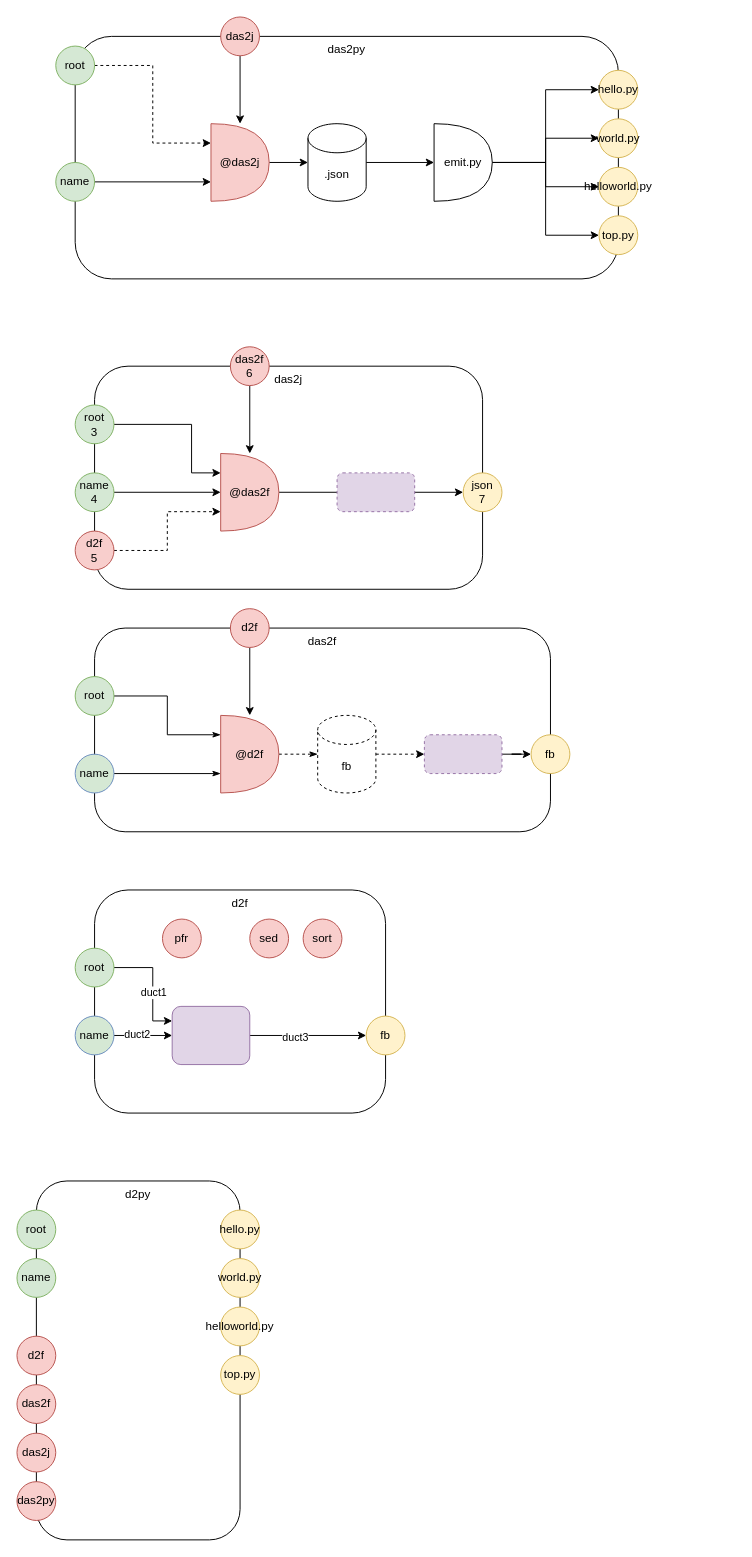
Earlier version of the draw.io diagram components.drawio (guitarvydas/d2py). Source tidied: cells renumbered, new cells numbered last; positions are measured from the earlier drawing's top-left corner, leaving out a move shared by most shapes. Both pictures are drawn from the tidied source at 97%, with x=0, y=0 at pixel (16, 16).
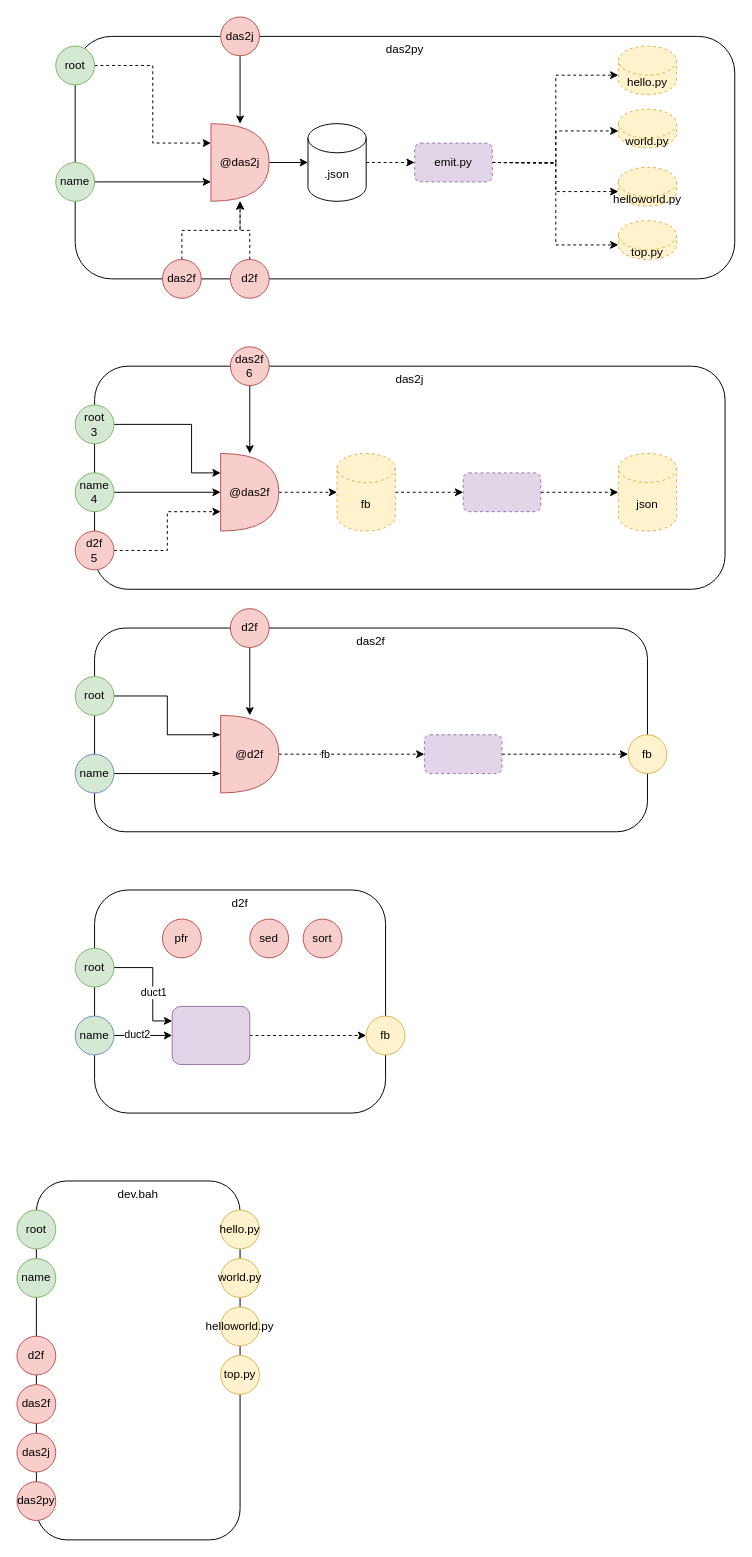
After the change.

Unchanged cells that the change refers to:
```xml
<mxCell id="8" value="&lt;span style=&quot;font-weight: normal&quot;&gt;.json&lt;/span&gt;" style="shape=cylinder3;whiteSpace=wrap;html=1;boundedLbl=1;backgroundOutline=1;size=15;fontStyle=1;" parent="1" vertex="1">
  <mxGeometry x="300" y="110" width="60" height="80" as="geometry" />
</mxCell>
<mxCell id="10" value="@das2j" style="shape=or;whiteSpace=wrap;html=1;fillColor=#f8cecc;strokeColor=#b85450;" parent="1" vertex="1">
  <mxGeometry x="200" y="110" width="60" height="80" as="geometry" />
</mxCell>
<mxCell id="26" value="@das2f" style="shape=or;whiteSpace=wrap;html=1;fillColor=#f8cecc;strokeColor=#b85450;" parent="1" vertex="1">
  <mxGeometry x="210" y="450" width="60" height="80" as="geometry" />
</mxCell>
<mxCell id="32" value="@d2f" style="shape=or;whiteSpace=wrap;html=1;fillColor=#f8cecc;strokeColor=#b85450;" parent="1" vertex="1">
  <mxGeometry x="210" y="720" width="60" height="80" as="geometry" />
</mxCell>
<mxCell id="34" style="rounded=1;whiteSpace=wrap;html=1;fillColor=#e1d5e7;strokeColor=#9673a6;dashed=1;" parent="1" vertex="1">
  <mxGeometry x="420" y="740" width="80" height="40" as="geometry" />
</mxCell>
<mxCell id="39" style="rounded=1;whiteSpace=wrap;html=1;fillColor=#e1d5e7;strokeColor=#9673a6;" parent="1" vertex="1">
  <mxGeometry x="160" y="1020" width="80" height="60" as="geometry" />
</mxCell>
```

The edit, as a diff of the source:
```diff
@@
-    <mxCell id="2" value="d2py" style="rounded=1;whiteSpace=wrap;html=1;verticalAlign=top;" parent="1" vertex="1">
+    <mxCell id="2" value="dev.bah" style="rounded=1;whiteSpace=wrap;html=1;verticalAlign=top;" parent="1" vertex="1">
       <mxGeometry x="20" y="1200" width="210" height="370" as="geometry" />
     </mxCell>
     <mxCell id="3" value="das2py" style="rounded=1;whiteSpace=wrap;html=1;verticalAlign=top;" parent="1" vertex="1">
-      <mxGeometry x="60" y="20" width="560" height="250" as="geometry" />
+      <mxGeometry x="60" y="20" width="680" height="250" as="geometry" />
     </mxCell>
@@
-    <mxCell id="6" value="hello.py" style="ellipse;whiteSpace=wrap;html=1;fillColor=#fff2cc;strokeColor=#d6b656;" parent="1" vertex="1">
-      <mxGeometry x="600" y="55" width="40" height="40" as="geometry" />
-    </mxCell>
-    <mxCell id="7" style="edgeStyle=orthogonalEdgeStyle;rounded=0;jettySize=auto;html=1;exitX=1;exitY=0.5;exitDx=0;exitDy=0;exitPerimeter=0;entryX=0;entryY=0.5;entryDx=0;entryDy=0;entryPerimeter=0;" parent="1" edge="1" source="8" target="15">
+    <mxCell id="7" style="edgeStyle=orthogonalEdgeStyle;rounded=0;jettySize=auto;html=1;exitX=1;exitY=0.5;exitDx=0;exitDy=0;exitPerimeter=0;entryX=0;entryY=0.5;entryDx=0;entryDy=0;dashed=1;endArrow=classic;endFill=1;strokeColor=#000000;strokeWidth=1;" parent="1" edge="1" source="8" target="15">
       <mxGeometry relative="1" as="geometry" />
     </mxCell>
@@
-    <mxCell id="11" style="edgeStyle=orthogonalEdgeStyle;rounded=0;jettySize=auto;html=1;exitX=1;exitY=0.5;exitDx=0;exitDy=0;exitPerimeter=0;entryX=0;entryY=0.5;entryDx=0;entryDy=0;" parent="1" edge="1" source="15" target="6">
-      <mxGeometry relative="1" as="geometry" />
+    <mxCell id="11" style="edgeStyle=orthogonalEdgeStyle;rounded=0;jettySize=auto;html=1;exitX=1;exitY=0.5;exitDx=0;exitDy=0;exitPerimeter=0;entryX=0;entryY=0;entryDx=0;entryDy=30;dashed=1;entryPerimeter=0;" parent="1" edge="1" target="6">
+      <mxGeometry relative="1" as="geometry">
+        <mxPoint x="490" y="150" as="sourcePoint" />
+      </mxGeometry>
     </mxCell>
-    <mxCell id="12" style="edgeStyle=orthogonalEdgeStyle;rounded=0;jettySize=auto;html=1;entryX=0;entryY=0.5;entryDx=0;entryDy=0;" parent="1" edge="1" source="15" target="21">
-      <mxGeometry relative="1" as="geometry" />
+    <mxCell id="12" style="edgeStyle=orthogonalEdgeStyle;rounded=0;jettySize=auto;html=1;entryX=0;entryY=1;entryDx=0;entryDy=-15;dashed=1;entryPerimeter=0;" parent="1" edge="1" target="21">
+      <mxGeometry relative="1" as="geometry">
+        <mxPoint x="490" y="150" as="sourcePoint" />
+      </mxGeometry>
     </mxCell>
-    <mxCell id="13" style="edgeStyle=orthogonalEdgeStyle;rounded=0;jettySize=auto;html=1;entryX=0;entryY=0.5;entryDx=0;entryDy=0;" parent="1" edge="1" source="15" target="22">
-      <mxGeometry relative="1" as="geometry" />
+    <mxCell id="13" style="edgeStyle=orthogonalEdgeStyle;rounded=0;jettySize=auto;html=1;entryX=0;entryY=1;entryDx=0;entryDy=-15;dashed=1;entryPerimeter=0;" parent="1" edge="1" target="22">
+      <mxGeometry relative="1" as="geometry">
+        <mxPoint x="490" y="150" as="sourcePoint" />
+      </mxGeometry>
     </mxCell>
-    <mxCell id="14" style="edgeStyle=orthogonalEdgeStyle;rounded=0;jettySize=auto;html=1;entryX=0;entryY=0.5;entryDx=0;entryDy=0;" parent="1" edge="1" source="15" target="20">
-      <mxGeometry relative="1" as="geometry" />
+    <mxCell id="14" style="edgeStyle=orthogonalEdgeStyle;rounded=0;jettySize=auto;html=1;entryX=0;entryY=0;entryDx=0;entryDy=22.5;dashed=1;entryPerimeter=0;" parent="1" edge="1" target="20">
+      <mxGeometry relative="1" as="geometry">
+        <mxPoint x="490" y="150" as="sourcePoint" />
+      </mxGeometry>
     </mxCell>
-    <mxCell id="15" value="emit.py" style="shape=or;whiteSpace=wrap;html=1;" parent="1" vertex="1">
-      <mxGeometry x="430" y="110" width="60" height="80" as="geometry" />
-    </mxCell>
     <mxCell id="16" value="das2j" style="rounded=1;whiteSpace=wrap;html=1;verticalAlign=top;" parent="1" vertex="1">
-      <mxGeometry x="80" y="360" width="400" height="230" as="geometry" />
+      <mxGeometry x="80" y="360" width="650" height="230" as="geometry" />
     </mxCell>
@@
-    <mxCell id="19" value="json&lt;br&gt;7" style="ellipse;whiteSpace=wrap;html=1;fillColor=#fff2cc;strokeColor=#d6b656;" parent="1" vertex="1">
-      <mxGeometry x="460" y="470" width="40" height="40" as="geometry" />
-    </mxCell>
-    <mxCell id="20" value="world.py" style="ellipse;whiteSpace=wrap;html=1;fillColor=#fff2cc;strokeColor=#d6b656;" parent="1" vertex="1">
-      <mxGeometry x="600" y="105" width="40" height="40" as="geometry" />
-    </mxCell>
-    <mxCell id="21" value="helloworld.py" style="ellipse;whiteSpace=wrap;html=1;fillColor=#fff2cc;strokeColor=#d6b656;" parent="1" vertex="1">
-      <mxGeometry x="600" y="155" width="40" height="40" as="geometry" />
-    </mxCell>
-    <mxCell id="22" value="top.py" style="ellipse;whiteSpace=wrap;html=1;fillColor=#fff2cc;strokeColor=#d6b656;" parent="1" vertex="1">
-      <mxGeometry x="600" y="205" width="40" height="40" as="geometry" />
-    </mxCell>
@@
-    <mxCell id="25" style="edgeStyle=orthogonalEdgeStyle;rounded=0;jettySize=auto;html=1;exitX=1;exitY=0.5;exitDx=0;exitDy=0;exitPerimeter=0;entryX=0;entryY=0.5;entryDx=0;entryDy=0;" parent="1" edge="1" source="26" target="19">
-      <mxGeometry relative="1" as="geometry">
-        <Array as="points">
-          <mxPoint x="370" y="490" />
-          <mxPoint x="370" y="490" />
-        </Array>
-      </mxGeometry>
-    </mxCell>
+    <mxCell id="74" style="edgeStyle=orthogonalEdgeStyle;rounded=0;jettySize=auto;html=1;exitX=1;exitY=0.5;exitDx=0;exitDy=0;exitPerimeter=0;entryX=0;entryY=0.5;entryDx=0;entryDy=0;entryPerimeter=0;dashed=1;endArrow=classic;endFill=1;strokeColor=#000000;strokeWidth=1;" parent="1" edge="1" source="26" target="79">
+      <mxGeometry relative="1" as="geometry" />
+    </mxCell>
@@
     <mxCell id="27" value="das2f" style="rounded=1;whiteSpace=wrap;html=1;verticalAlign=top;" parent="1" vertex="1">
-      <mxGeometry x="80" y="630" width="470" height="210" as="geometry" />
+      <mxGeometry x="80" y="630" width="570" height="210" as="geometry" />
     </mxCell>
-    <mxCell id="28" value="fb" style="ellipse;whiteSpace=wrap;html=1;fillColor=#fff2cc;strokeColor=#d6b656;" parent="1" vertex="1">
-      <mxGeometry x="530" y="740" width="40" height="40" as="geometry" />
-    </mxCell>
@@
-    <mxCell id="31" style="edgeStyle=orthogonalEdgeStyle;rounded=0;jettySize=auto;html=1;exitX=1;exitY=0.5;exitDx=0;exitDy=0;exitPerimeter=0;entryX=0;entryY=0.5;entryDx=0;entryDy=0;entryPerimeter=0;strokeWidth=1;endArrow=classicThin;endFill=1;dashed=1;" parent="1" edge="1" source="32" target="41">
-      <mxGeometry relative="1" as="geometry" />
-    </mxCell>
+    <mxCell id="75" style="edgeStyle=orthogonalEdgeStyle;rounded=0;jettySize=auto;html=1;exitX=1;exitY=0.5;exitDx=0;exitDy=0;exitPerimeter=0;entryX=0;entryY=0.5;entryDx=0;entryDy=0;dashed=1;endArrow=classic;endFill=1;strokeColor=#000000;strokeWidth=1;" parent="1" edge="1" source="32" target="34">
+      <mxGeometry relative="1" as="geometry" />
+    </mxCell>
+    <mxCell id="76" value="fb" style="edgeLabel;html=1;align=center;verticalAlign=middle;" parent="75" vertex="1">
+      <mxGeometry x="-0.38" y="1" relative="1" as="geometry" />
+    </mxCell>
@@
-    <mxCell id="33" style="edgeStyle=orthogonalEdgeStyle;rounded=0;jettySize=auto;html=1;exitX=1;exitY=0.5;exitDx=0;exitDy=0;" parent="1" edge="1" source="34" target="28">
+    <mxCell id="33" style="edgeStyle=orthogonalEdgeStyle;rounded=0;jettySize=auto;html=1;exitX=1;exitY=0.5;exitDx=0;exitDy=0;entryX=0;entryY=0.5;entryDx=0;entryDy=0;dashed=1;endArrow=classic;endFill=1;strokeColor=#000000;strokeWidth=1;" parent="1" edge="1" source="34" target="28">
       <mxGeometry relative="1" as="geometry" />
     </mxCell>
@@
-    <mxCell id="36" value="fb" style="ellipse;whiteSpace=wrap;html=1;fillColor=#fff2cc;strokeColor=#d6b656;" parent="1" vertex="1">
-      <mxGeometry x="360" y="1030" width="40" height="40" as="geometry" />
-    </mxCell>
-    <mxCell id="37" style="edgeStyle=orthogonalEdgeStyle;rounded=0;jettySize=auto;html=1;entryX=0;entryY=0.5;entryDx=0;entryDy=0;" parent="1" edge="1" source="39" target="36">
+    <mxCell id="37" style="edgeStyle=orthogonalEdgeStyle;rounded=0;jettySize=auto;html=1;exitX=1;exitY=0.5;exitDx=0;exitDy=0;entryX=0;entryY=0.5;entryDx=0;entryDy=0;dashed=1;endArrow=classic;endFill=1;strokeColor=#000000;strokeWidth=1;" parent="1" edge="1" source="39" target="36">
       <mxGeometry relative="1" as="geometry" />
     </mxCell>
-    <mxCell id="38" value="duct3" style="edgeLabel;html=1;align=center;verticalAlign=middle;" parent="37" vertex="1">
-      <mxGeometry x="-0.23" y="-1" relative="1" as="geometry" />
-    </mxCell>
@@
-    <mxCell id="40" style="edgeStyle=orthogonalEdgeStyle;rounded=0;jettySize=auto;html=1;exitX=1;exitY=0.5;exitDx=0;exitDy=0;exitPerimeter=0;entryX=0;entryY=0.5;entryDx=0;entryDy=0;dashed=1;" parent="1" edge="1" source="41" target="34">
-      <mxGeometry relative="1" as="geometry" />
-    </mxCell>
-    <mxCell id="41" value="&lt;span style=&quot;font-weight: normal&quot;&gt;fb&lt;/span&gt;" style="shape=cylinder3;whiteSpace=wrap;html=1;boundedLbl=1;backgroundOutline=1;size=15;fontStyle=1;dashed=1;" parent="1" vertex="1">
-      <mxGeometry x="310" y="720" width="60" height="80" as="geometry" />
-    </mxCell>
@@
-    <mxCell id="71" style="rounded=1;whiteSpace=wrap;html=1;fillColor=#e1d5e7;strokeColor=#9673a6;dashed=1;" parent="1" vertex="1">
-      <mxGeometry x="330" y="470" width="80" height="40" as="geometry" />
-    </mxCell>
@@
+    <mxCell id="77" value="json" style="shape=cylinder3;whiteSpace=wrap;html=1;boundedLbl=1;backgroundOutline=1;size=15;dashed=1;fillColor=#fff2cc;strokeColor=#d6b656;" parent="1" vertex="1">
+      <mxGeometry x="620" y="450" width="60" height="80" as="geometry" />
+    </mxCell>
+    <mxCell id="78" style="edgeStyle=orthogonalEdgeStyle;rounded=0;jettySize=auto;html=1;entryX=0;entryY=0.5;entryDx=0;entryDy=0;dashed=1;endArrow=classic;endFill=1;strokeColor=#000000;strokeWidth=1;" parent="1" edge="1" source="79" target="81">
+      <mxGeometry relative="1" as="geometry" />
+    </mxCell>
+    <mxCell id="79" value="fb" style="shape=cylinder3;whiteSpace=wrap;html=1;boundedLbl=1;backgroundOutline=1;size=15;dashed=1;fillColor=#fff2cc;strokeColor=#d6b656;" parent="1" vertex="1">
+      <mxGeometry x="330" y="450" width="60" height="80" as="geometry" />
+    </mxCell>
+    <mxCell id="80" style="edgeStyle=orthogonalEdgeStyle;rounded=0;jettySize=auto;html=1;dashed=1;endArrow=classic;endFill=1;strokeColor=#000000;strokeWidth=1;" parent="1" edge="1" source="81" target="77">
+      <mxGeometry relative="1" as="geometry" />
+    </mxCell>
+    <mxCell id="81" style="rounded=1;whiteSpace=wrap;html=1;fillColor=#e1d5e7;strokeColor=#9673a6;dashed=1;" parent="1" vertex="1">
+      <mxGeometry x="460" y="470" width="80" height="40" as="geometry" />
+    </mxCell>
+    <mxCell id="6" value="hello.py" style="shape=cylinder3;whiteSpace=wrap;html=1;boundedLbl=1;backgroundOutline=1;size=15;dashed=1;fillColor=#fff2cc;strokeColor=#d6b656;" parent="1" vertex="1">
+      <mxGeometry x="620" y="30" width="60" height="50" as="geometry" />
+    </mxCell>
+    <mxCell id="20" value="world.py" style="shape=cylinder3;whiteSpace=wrap;html=1;boundedLbl=1;backgroundOutline=1;size=15;dashed=1;fillColor=#fff2cc;strokeColor=#d6b656;" parent="1" vertex="1">
+      <mxGeometry x="620" y="95" width="60" height="40" as="geometry" />
+    </mxCell>
+    <mxCell id="21" value="helloworld.py" style="shape=cylinder3;whiteSpace=wrap;html=1;boundedLbl=1;backgroundOutline=1;size=15;dashed=1;fillColor=#fff2cc;strokeColor=#d6b656;" parent="1" vertex="1">
+      <mxGeometry x="620" y="155" width="60" height="40" as="geometry" />
+    </mxCell>
+    <mxCell id="22" value="top.py" style="shape=cylinder3;whiteSpace=wrap;html=1;boundedLbl=1;backgroundOutline=1;size=15;dashed=1;fillColor=#fff2cc;strokeColor=#d6b656;" parent="1" vertex="1">
+      <mxGeometry x="620" y="210" width="60" height="40" as="geometry" />
+    </mxCell>
+    <mxCell id="82" style="edgeStyle=orthogonalEdgeStyle;rounded=0;jettySize=auto;html=1;dashed=1;endArrow=classic;endFill=1;strokeColor=#000000;strokeWidth=1;" parent="1" edge="1" source="83" target="10">
+      <mxGeometry relative="1" as="geometry">
+        <Array as="points">
+          <mxPoint x="170" y="220" />
+          <mxPoint x="230" y="220" />
+        </Array>
+      </mxGeometry>
+    </mxCell>
+    <mxCell id="83" value="das2f" style="ellipse;whiteSpace=wrap;html=1;fillColor=#f8cecc;strokeColor=#b85450;" parent="1" vertex="1">
+      <mxGeometry x="150" y="250" width="40" height="40" as="geometry" />
+    </mxCell>
+    <mxCell id="84" style="edgeStyle=orthogonalEdgeStyle;rounded=0;jettySize=auto;html=1;exitX=0.5;exitY=0;exitDx=0;exitDy=0;dashed=1;endArrow=classic;endFill=1;strokeColor=#000000;strokeWidth=1;" parent="1" edge="1" source="85" target="10">
+      <mxGeometry relative="1" as="geometry" />
+    </mxCell>
+    <mxCell id="85" value="d2f" style="ellipse;whiteSpace=wrap;html=1;fillColor=#f8cecc;strokeColor=#b85450;" parent="1" vertex="1">
+      <mxGeometry x="220" y="250" width="40" height="40" as="geometry" />
+    </mxCell>
+    <mxCell id="15" value="emit.py" style="rounded=1;whiteSpace=wrap;html=1;fillColor=#e1d5e7;strokeColor=#9673a6;dashed=1;" parent="1" vertex="1">
+      <mxGeometry x="410" y="130" width="80" height="40" as="geometry" />
+    </mxCell>
+    <mxCell id="36" value="fb" style="ellipse;whiteSpace=wrap;html=1;fillColor=#fff2cc;strokeColor=#d6b656;" parent="1" vertex="1">
+      <mxGeometry x="360" y="1030" width="40" height="40" as="geometry" />
+    </mxCell>
+    <mxCell id="28" value="fb" style="ellipse;whiteSpace=wrap;html=1;fillColor=#fff2cc;strokeColor=#d6b656;" parent="1" vertex="1">
+      <mxGeometry x="630" y="740" width="40" height="40" as="geometry" />
+    </mxCell>
```
